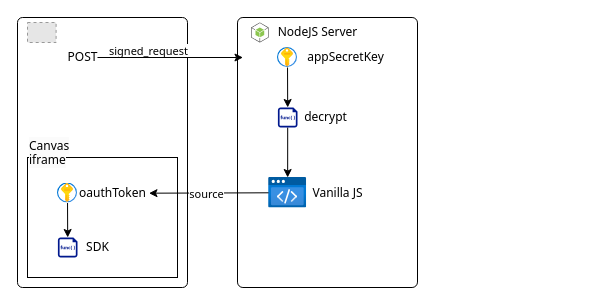
Above: diagram.drawio in diegomejiaio/nodeserver-sf-canvas (draw.io), before the change. Source tidied: cells renumbered, new cells numbered last; positions are measured from the earlier drawing's top-left corner, leaving out a move shared by most shapes. Both pictures are drawn from the tidied source at 100%, with x=0, y=0 at pixel (17, 17). Pictures stored in the file or linked from it are replaced by grey dashed boxes.
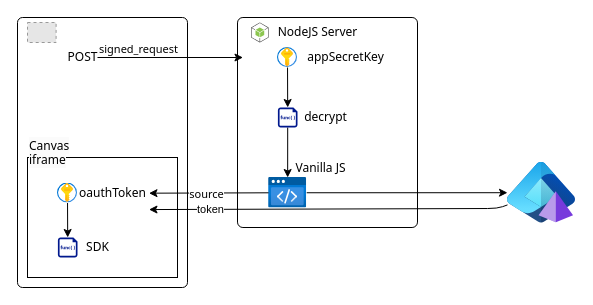
After the change.

Unchanged cells that the change refers to:
```xml
<mxCell id="7" style="edgeStyle=none;html=1;fontFamily=Tahoma;" parent="1" edge="1">
  <mxGeometry relative="1" as="geometry">
    <mxPoint x="80" y="40" as="sourcePoint" />
    <mxPoint x="225.5" y="40" as="targetPoint" />
  </mxGeometry>
</mxCell>
<mxCell id="16" style="image;html=1;points=[];align=center;fontSize=12;image=img/lib/azure2/preview/Static_Apps.svg;fontFamily=Tahoma;" parent="1" vertex="1">
  <mxGeometry x="251.1" y="160" width="38.1" height="30.5" as="geometry" />
</mxCell>
<mxCell id="23" value="oauthToken" style="text;html=1;align=center;verticalAlign=middle;points=[];strokeColor=none;fillColor=none;fontFamily=Tahoma;" parent="1" vertex="1">
  <mxGeometry x="55" y="160.5" width="80" height="30" as="geometry" />
</mxCell>
```

What changed in the source:
```diff
@@
     <mxCell id="2" style="rounded=1;whiteSpace=wrap;html=1;fillColor=none;arcSize=3;fontFamily=Tahoma;" parent="1" vertex="1">
-      <mxGeometry x="220" width="180" height="270" as="geometry" />
+      <mxGeometry x="220" width="180" height="210" as="geometry" />
     </mxCell>
@@
     <mxCell id="8" value="signed_request" style="edgeLabel;html=1;align=center;verticalAlign=middle;fontFamily=Tahoma;" parent="7" vertex="1">
       <mxGeometry x="-0.19" y="3" relative="1" as="geometry">
-        <mxPoint x="-9" y="-5" as="offset" />
+        <mxPoint x="-19" y="-7" as="offset" />
       </mxGeometry>
     </mxCell>
@@
+    <mxCell id="27" style="edgeStyle=none;html=1;" parent="1" edge="1" source="16" target="28">
+      <mxGeometry relative="1" as="geometry" />
+    </mxCell>
@@
     <mxCell id="17" value="Vanilla JS" style="text;html=1;align=center;verticalAlign=middle;strokeColor=none;fillColor=none;fontFamily=Tahoma;" parent="1" vertex="1">
-      <mxGeometry x="285" y="160.5" width="70" height="30" as="geometry" />
+      <mxGeometry x="267.5" y="135.5" width="70" height="30" as="geometry" />
     </mxCell>
@@
+    <mxCell id="28" style="image;html=1;points=[];align=center;fontSize=12;image=img/lib/azure2/identity/Entra_Domain_Services.svg;" parent="1" vertex="1">
+      <mxGeometry x="490" y="141.2" width="68" height="68" as="geometry" />
+    </mxCell>
+    <mxCell id="29" style="edgeStyle=none;html=1;entryX=0.956;entryY=1.052;entryDx=0;entryDy=0;entryPerimeter=0;" parent="1" edge="1" source="28" target="23">
+      <mxGeometry relative="1" as="geometry">
+        <Array as="points">
+          <mxPoint x="480" y="191" />
+        </Array>
+      </mxGeometry>
+    </mxCell>
+    <mxCell id="30" value="token" style="edgeLabel;html=1;align=center;verticalAlign=middle;" parent="29" vertex="1">
+      <mxGeometry x="0.66" relative="1" as="geometry" />
+    </mxCell>
```
